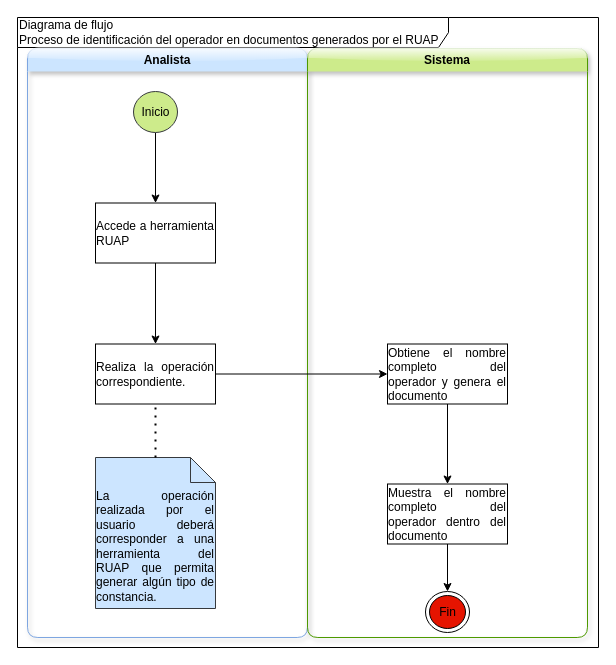
The draw.io diagram operadores.drawio in allanasturias94-design/POO, before the edit. Source tidied: cells renumbered, new cells numbered last; positions are measured from the earlier drawing's top-left corner, leaving out a move shared by most shapes. Both pictures are drawn from the tidied source at 100%, with x=0, y=0 at pixel (17, 17).
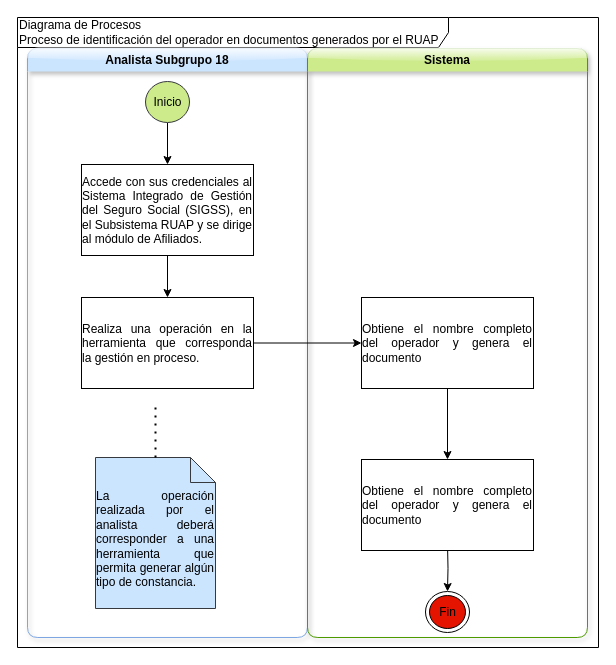
Above is the later version.

Change to the diagram source:
```diff
@@
 <mxGraphModel>
   <root>
     <mxCell id="0" />
     <mxCell id="1" parent="0" />
-    <mxCell id="2" value="Diagrama de flujo&lt;div&gt;Proceso de identificación del operador en documentos generados por el RUAP&lt;/div&gt;" style="shape=umlFrame;whiteSpace=wrap;html=1;width=431;height=30;align=left;" parent="1" vertex="1">
+    <mxCell id="2" value="Diagrama de Procesos&lt;div&gt;Proceso de identificación del operador en documentos generados por el RUAP&lt;/div&gt;" style="shape=umlFrame;whiteSpace=wrap;html=1;width=431;height=30;align=left;" parent="1" vertex="1">
       <mxGeometry width="581" height="630" as="geometry" />
     </mxCell>
-    <mxCell id="3" value="Analista" style="swimlane;whiteSpace=wrap;html=1;fillColor=#cce5ff;strokeColor=#7EA6E0;rounded=1;shadow=1;glass=1;swimlaneLine=0;" parent="2" vertex="1">
+    <mxCell id="3" value="Analista Subgrupo 18" style="swimlane;whiteSpace=wrap;html=1;fillColor=#cce5ff;strokeColor=#7EA6E0;rounded=1;shadow=1;glass=1;swimlaneLine=0;" parent="2" vertex="1">
       <mxGeometry x="10" y="31" width="280" height="589" as="geometry" />
     </mxCell>
     <mxCell id="4" style="edgeStyle=orthogonalEdgeStyle;rounded=0;jettySize=auto;html=1;defaultLabelBackgroundColor=page;" parent="3" edge="1" source="5" target="7">
       <mxGeometry relative="1" as="geometry" />
     </mxCell>
     <mxCell id="5" value="Inicio" style="ellipse;fillColor=#cdeb8b;html=1;strokeColor=#36393d;" parent="3" vertex="1">
-      <mxGeometry x="106" y="43" width="44" height="41" as="geometry" />
+      <mxGeometry x="118" y="33" width="44" height="41" as="geometry" />
     </mxCell>
-    <mxCell id="6" style="edgeStyle=orthogonalEdgeStyle;rounded=0;jettySize=auto;html=1;defaultLabelBackgroundColor=page;" parent="3" edge="1" source="7" target="8">
-      <mxGeometry relative="1" as="geometry" />
-    </mxCell>
+    <mxCell id="18" style="edgeStyle=orthogonalEdgeStyle;rounded=0;jettySize=auto;html=1;exitX=0.5;exitY=1;exitDx=0;exitDy=0;entryX=0.5;entryY=0;entryDx=0;entryDy=0;defaultLabelBackgroundColor=page;" parent="3" edge="1" source="7" target="19">
+      <mxGeometry relative="1" as="geometry" />
+    </mxCell>
-    <mxCell id="7" value="&lt;div style=&quot;text-align: justify;&quot;&gt;&lt;span style=&quot;background-color: transparent; color: light-dark(#000000, var(--ge-light-color, #ffffff));&quot;&gt;Accede a herramienta RUAP&lt;/span&gt;&lt;/div&gt;" style="whiteSpace=wrap;html=1;" parent="3" vertex="1">
-      <mxGeometry x="68" y="154.5" width="120" height="60" as="geometry" />
+    <mxCell id="7" value="&lt;div style=&quot;text-align: justify;&quot;&gt;&lt;span style=&quot;background-color: transparent; color: light-dark(#000000, var(--ge-light-color, #ffffff));&quot;&gt;Accede con sus credenciales al Sistema Integrado de Gestión del Seguro Social (SIGSS), en el Subsistema RUAP y se dirige al módulo de Afiliados.&lt;/span&gt;&lt;/div&gt;" style="whiteSpace=wrap;html=1;" parent="3" vertex="1">
+      <mxGeometry x="54" y="116" width="172" height="91" as="geometry" />
     </mxCell>
-    <mxCell id="8" value="&lt;div style=&quot;text-align: justify;&quot;&gt;&lt;span style=&quot;background-color: transparent; color: light-dark(#000000, var(--ge-light-color, #ffffff));&quot;&gt;Realiza la operación correspondiente.&lt;/span&gt;&lt;/div&gt;" style="whiteSpace=wrap;html=1;" parent="3" vertex="1">
-      <mxGeometry x="68" y="295.5" width="120" height="60" as="geometry" />
-    </mxCell>
-    <mxCell id="9" value="&lt;div style=&quot;text-align: justify;&quot;&gt;La operación realizada por el usuario deberá corresponder a una herramienta del RUAP que permita generar algún tipo de constancia.&lt;/div&gt;" style="shape=note2;boundedLbl=1;whiteSpace=wrap;html=1;size=25;verticalAlign=top;align=center;fillColor=#cce5ff;strokeColor=#36393d;" parent="3" vertex="1">
+    <mxCell id="9" value="&lt;div style=&quot;text-align: justify;&quot;&gt;La operación realizada por el analista deberá corresponder a una herramienta que permita generar algún tipo de constancia.&lt;/div&gt;" style="shape=note2;boundedLbl=1;whiteSpace=wrap;html=1;size=25;verticalAlign=top;align=center;fillColor=#cce5ff;strokeColor=#36393d;" parent="3" vertex="1">
       <mxGeometry x="68" y="409" width="120" height="151" as="geometry" />
     </mxCell>
-    <mxCell id="10" style="endArrow=none;dashed=1;html=1;dashPattern=1 3;strokeWidth=2;rounded=0;defaultLabelBackgroundColor=page;entryX=0.5;entryY=1;entryDx=0;entryDy=0;exitX=0.5;exitY=0;exitDx=0;exitDy=0;exitPerimeter=0;" parent="3" edge="1" source="9" target="8">
-      <mxGeometry relative="1" as="geometry" />
+    <mxCell id="10" style="endArrow=none;dashed=1;html=1;dashPattern=1 3;strokeWidth=2;rounded=0;defaultLabelBackgroundColor=page;entryX=0.5;entryY=1;entryDx=0;entryDy=0;exitX=0.5;exitY=0;exitDx=0;exitDy=0;exitPerimeter=0;" parent="3" edge="1" source="9">
+      <mxGeometry relative="1" as="geometry">
+        <mxPoint x="128" y="355.5" as="targetPoint" />
+      </mxGeometry>
     </mxCell>
+    <mxCell id="19" value="&lt;div style=&quot;text-align: justify;&quot;&gt;Realiza una operación en la herramienta que corresponda la gestión en proceso.&lt;/div&gt;" style="whiteSpace=wrap;html=1;" parent="3" vertex="1">
+      <mxGeometry x="54" y="249" width="172" height="91" as="geometry" />
+    </mxCell>
     <mxCell id="11" value="Sistema" style="swimlane;whiteSpace=wrap;html=1;fillColor=#cdeb8b;strokeColor=#4D9900;rounded=1;shadow=1;glass=1;swimlaneLine=0;" parent="2" vertex="1">
       <mxGeometry x="290" y="31" width="280" height="589" as="geometry" />
     </mxCell>
-    <mxCell id="12" style="edgeStyle=orthogonalEdgeStyle;rounded=0;jettySize=auto;html=1;defaultLabelBackgroundColor=page;" parent="11" edge="1" source="13" target="15">
-      <mxGeometry relative="1" as="geometry" />
-    </mxCell>
-    <mxCell id="13" value="&lt;div style=&quot;text-align: justify;&quot;&gt;&lt;span style=&quot;background-color: transparent; color: light-dark(#000000, var(--ge-light-color, #ffffff));&quot;&gt;Obtiene el nombre completo del operador y genera el documento&lt;/span&gt;&lt;/div&gt;" style="whiteSpace=wrap;html=1;" parent="11" vertex="1">
-      <mxGeometry x="80" y="295.5" width="120" height="60" as="geometry" />
-    </mxCell>
-    <mxCell id="14" style="edgeStyle=orthogonalEdgeStyle;rounded=0;jettySize=auto;html=1;defaultLabelBackgroundColor=page;" parent="11" edge="1" source="15" target="16">
-      <mxGeometry relative="1" as="geometry" />
+    <mxCell id="14" style="edgeStyle=orthogonalEdgeStyle;rounded=0;jettySize=auto;html=1;defaultLabelBackgroundColor=page;" parent="11" edge="1" target="16">
+      <mxGeometry relative="1" as="geometry">
+        <mxPoint x="140" y="495.5" as="sourcePoint" />
+      </mxGeometry>
     </mxCell>
-    <mxCell id="15" value="&lt;div style=&quot;text-align: justify;&quot;&gt;&lt;span style=&quot;background-color: transparent; color: light-dark(#000000, var(--ge-light-color, #ffffff));&quot;&gt;Muestra el nombre completo del operador dentro del documento&lt;/span&gt;&lt;/div&gt;" style="whiteSpace=wrap;html=1;" parent="11" vertex="1">
-      <mxGeometry x="80" y="435.5" width="120" height="60" as="geometry" />
-    </mxCell>
     <mxCell id="16" value="Fin" style="ellipse;html=1;shape=endState;fillColor=#e51400;fontColor=#000000;strokeColor=#000000;" parent="11" vertex="1">
       <mxGeometry x="118" y="543" width="44" height="41" as="geometry" />
     </mxCell>
-    <mxCell id="17" style="edgeStyle=orthogonalEdgeStyle;rounded=0;jettySize=auto;html=1;exitX=1;exitY=0.5;exitDx=0;exitDy=0;entryX=0;entryY=0.5;entryDx=0;entryDy=0;defaultLabelBackgroundColor=page;" parent="2" edge="1" source="8" target="13">
-      <mxGeometry relative="1" as="geometry" />
-    </mxCell>
+    <mxCell id="20" style="edgeStyle=orthogonalEdgeStyle;rounded=0;jettySize=auto;html=1;defaultLabelBackgroundColor=page;" parent="11" edge="1" source="21" target="22">
+      <mxGeometry relative="1" as="geometry" />
+    </mxCell>
+    <mxCell id="21" value="&lt;div style=&quot;text-align: justify;&quot;&gt;Obtiene el nombre completo del operador y genera el documento&lt;/div&gt;" style="whiteSpace=wrap;html=1;" parent="11" vertex="1">
+      <mxGeometry x="54" y="249" width="172" height="91" as="geometry" />
+    </mxCell>
+    <mxCell id="22" value="&lt;div style=&quot;text-align: justify;&quot;&gt;Obtiene el nombre completo del operador y genera el documento&lt;/div&gt;" style="whiteSpace=wrap;html=1;" parent="11" vertex="1">
+      <mxGeometry x="54" y="411" width="172" height="91" as="geometry" />
+    </mxCell>
+    <mxCell id="23" style="edgeStyle=orthogonalEdgeStyle;rounded=0;jettySize=auto;html=1;exitX=1;exitY=0.5;exitDx=0;exitDy=0;defaultLabelBackgroundColor=page;entryX=0;entryY=0.5;entryDx=0;entryDy=0;" parent="2" edge="1" source="19" target="21">
+      <mxGeometry relative="1" as="geometry" />
+    </mxCell>
   </root>
 </mxGraphModel>
```
